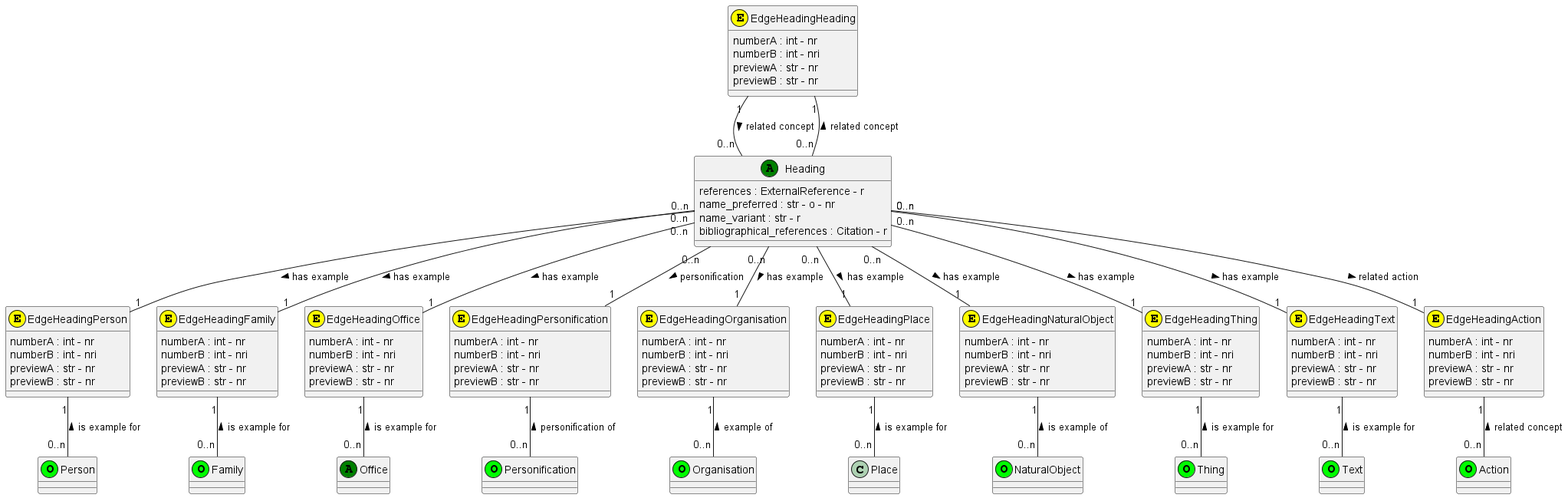
The PlantUML diagram documentation/class_diagrams/Heading.png in tmasch/bpf_be, before a commit.
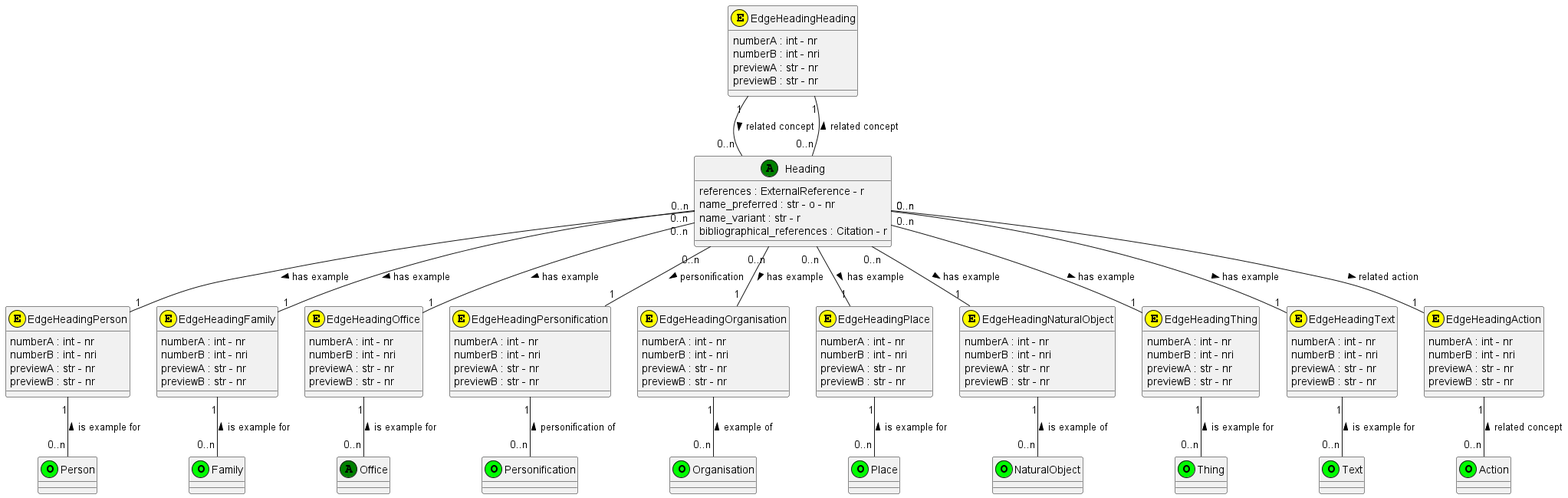
Above is the later version.

The edit, as a diff of the source:
```diff
@@ -15,6 +15,8 @@
 class Personification <<(O,lime)>>
 
 class Organisation <<(O,lime)>>
+
+class Place <<(O,lime)>>
 
 class NaturalObject <<(O,lime)>>
 
```
